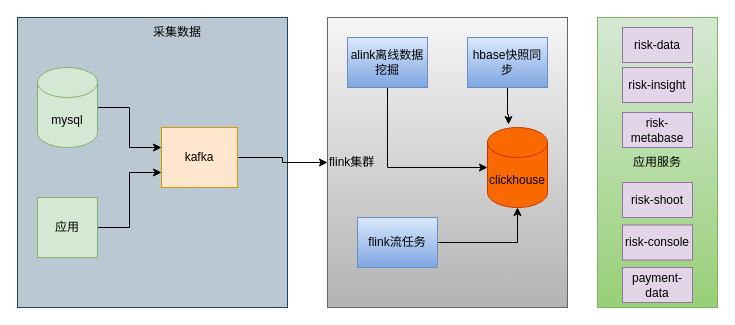
The draw.io diagram ck_in_risk.drawio in seuzxc/drawio-desktop, before the edit. Source tidied: cells renumbered, new cells numbered last; positions are measured from the earlier drawing's top-left corner, leaving out a move shared by most shapes. Both pictures are drawn from the tidied source at 100%, with x=0, y=0 at pixel (17, 17).
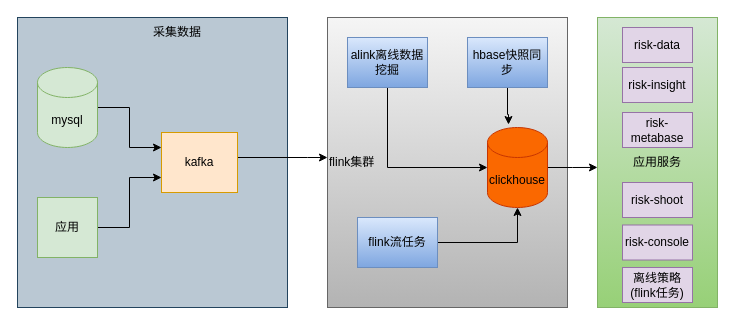
After the change.

Unchanged cells that the change refers to:
```xml
<mxCell id="10" value="&lt;div style=&quot;&quot;&gt;&lt;span style=&quot;background-color: initial;&quot;&gt;flink集群&lt;/span&gt;&lt;/div&gt;" style="rounded=0;whiteSpace=wrap;html=1;fillColor=#f5f5f5;strokeColor=#666666;gradientColor=#b3b3b3;align=left;" parent="1" vertex="1">
  <mxGeometry x="310" width="240" height="290" as="geometry" />
</mxCell>
<mxCell id="17" value="clickhouse" style="shape=cylinder3;whiteSpace=wrap;html=1;boundedLbl=1;backgroundOutline=1;size=15;fillColor=#fa6800;strokeColor=#C73500;fontColor=#000000;" parent="1" vertex="1">
  <mxGeometry x="470" y="110" width="60" height="80" as="geometry" />
</mxCell>
<mxCell id="18" value="应用服务" style="rounded=0;whiteSpace=wrap;html=1;fillColor=#d5e8d4;gradientColor=#97d077;strokeColor=#82b366;" parent="1" vertex="1">
  <mxGeometry x="580" width="120" height="290" as="geometry" />
</mxCell>
```

Diff of the diagram source:
```diff
@@
     <mxCell id="8" style="edgeStyle=orthogonalEdgeStyle;rounded=0;jettySize=auto;html=1;" parent="1" edge="1" source="9" target="10">
-      <mxGeometry relative="1" as="geometry" />
+      <mxGeometry relative="1" as="geometry">
+        <Array as="points">
+          <mxPoint x="290" y="140" />
+          <mxPoint x="290" y="140" />
+        </Array>
+      </mxGeometry>
     </mxCell>
     <mxCell id="9" value="kafka" style="rounded=0;whiteSpace=wrap;html=1;fillColor=#ffe6cc;strokeColor=#d79b00;" parent="1" vertex="1">
-      <mxGeometry x="144" y="110" width="76" height="60" as="geometry" />
+      <mxGeometry x="144" y="115" width="76" height="60" as="geometry" />
     </mxCell>
@@
+    <mxCell id="25" style="edgeStyle=orthogonalEdgeStyle;rounded=0;jettySize=auto;html=1;exitX=1;exitY=0.5;exitDx=0;exitDy=0;exitPerimeter=0;entryX=0;entryY=0.517;entryDx=0;entryDy=0;entryPerimeter=0;" parent="1" edge="1" source="17" target="18">
+      <mxGeometry relative="1" as="geometry" />
+    </mxCell>
@@
-    <mxCell id="24" value="payment-data" style="rounded=0;whiteSpace=wrap;html=1;fillColor=#e1d5e7;strokeColor=#9673a6;flipV=1;" parent="1" vertex="1">
+    <mxCell id="24" value="离线策略(flink任务)" style="rounded=0;whiteSpace=wrap;html=1;fillColor=#e1d5e7;strokeColor=#9673a6;flipV=1;" parent="1" vertex="1">
       <mxGeometry x="605" y="250" width="70" height="35" as="geometry" />
     </mxCell>
```
